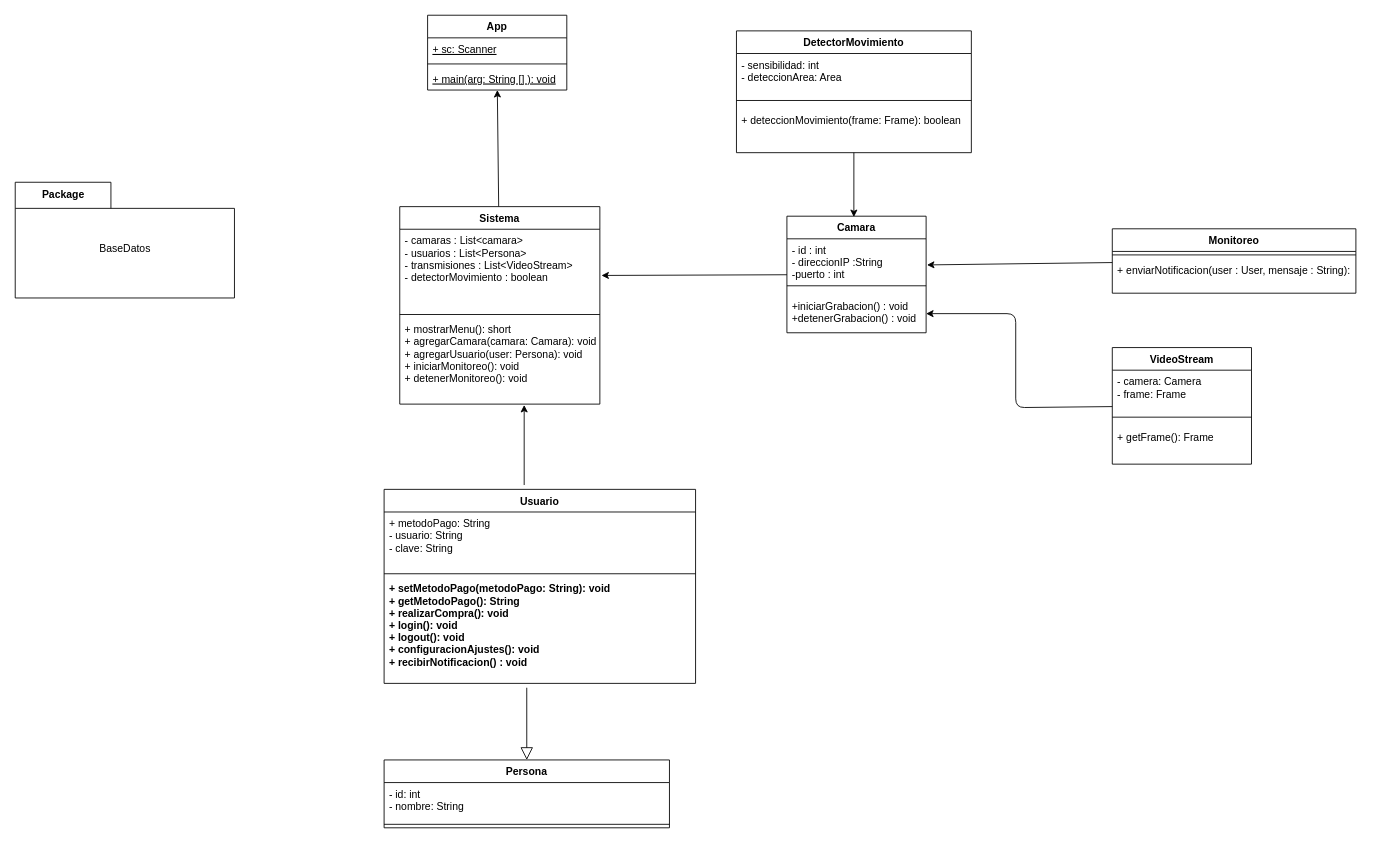
Before: design/DC.DIO in Chrissisx/prjSistemaSeguridadDomestica, a draw.io diagram. Source tidied: cells renumbered, new cells numbered last; positions are measured from the earlier drawing's top-left corner, leaving out a move shared by most shapes. Both pictures are drawn from the tidied source at 87%, with x=0, y=0 at pixel (15, 15).
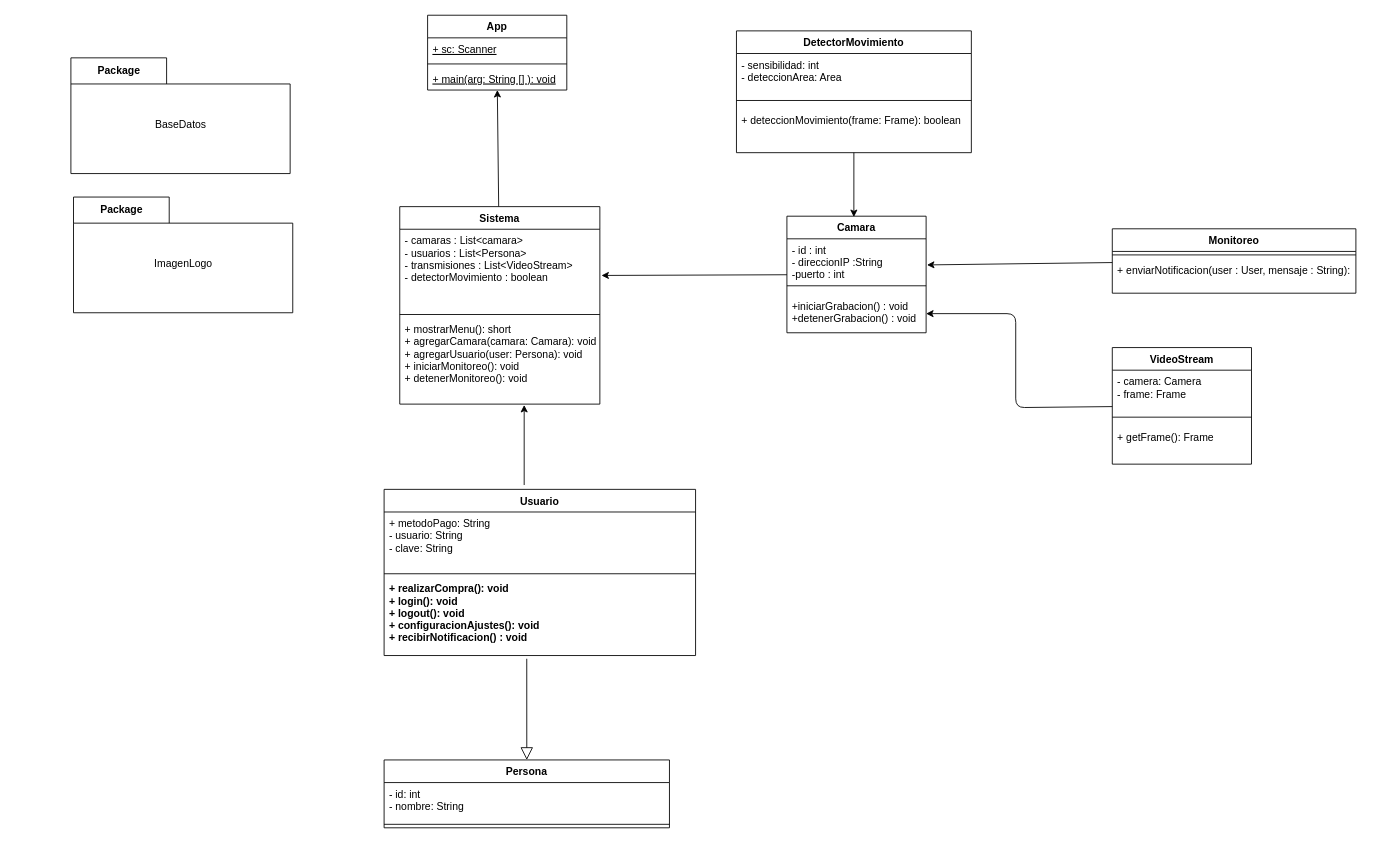
Above is the later version.

Change to the diagram source:
```diff
@@
     <mxCell id="31" value="Usuario" style="swimlane;fontStyle=1;align=center;verticalAlign=top;horizontal=1;startSize=26;" parent="1" vertex="1">
-      <mxGeometry x="424" y="545" width="358" height="223" as="geometry" />
+      <mxGeometry x="424" y="545" width="358" height="191" as="geometry" />
     </mxCell>
@@
-    <mxCell id="34" value="+ setMetodoPago(metodoPago: String): void&#10;+ getMetodoPago(): String&#10;+ realizarCompra(): void&#10;+ login(): void&#10;+ logout(): void &#10;+ configuracionAjustes(): void&#10;+ recibirNotificacion() : void &#10;&#10;&#10;&#10;" style="text;strokeColor=none;fillColor=none;align=left;verticalAlign=top;spacingLeft=4;spacingRight=4;overflow=hidden;points=[[0,0.5],[1,0.5]];portConstraint=eastwest;fontStyle=1;" parent="31" vertex="1">
-      <mxGeometry y="101" width="358" height="122" as="geometry" />
+    <mxCell id="34" value="+ realizarCompra(): void&#10;+ login(): void&#10;+ logout(): void &#10;+ configuracionAjustes(): void&#10;+ recibirNotificacion() : void &#10;&#10;&#10;&#10;" style="text;strokeColor=none;fillColor=none;align=left;verticalAlign=top;spacingLeft=4;spacingRight=4;overflow=hidden;points=[[0,0.5],[1,0.5]];portConstraint=eastwest;fontStyle=1;" parent="31" vertex="1">
+      <mxGeometry y="101" width="358" height="90" as="geometry" />
     </mxCell>
@@
     <mxCell id="39" value="Package" style="shape=folder;fontStyle=1;tabWidth=110;tabHeight=30;tabPosition=left;html=1;boundedLbl=1;labelInHeader=1;" parent="1" vertex="1">
-      <mxGeometry y="192" width="252" height="133" as="geometry" />
+      <mxGeometry x="64" y="49" width="252" height="133" as="geometry" />
     </mxCell>
@@
+    <mxCell id="41" value="Package" style="shape=folder;fontStyle=1;tabWidth=110;tabHeight=30;tabPosition=left;html=1;boundedLbl=1;labelInHeader=1;" parent="1" vertex="1">
+      <mxGeometry x="67" y="209" width="252" height="133" as="geometry" />
+    </mxCell>
+    <mxCell id="42" value="ImagenLogo" style="html=1;strokeColor=none;fillColor=none;" parent="41" vertex="1">
+      <mxGeometry width="252" height="93.1" relative="1" as="geometry">
+        <mxPoint y="30" as="offset" />
+      </mxGeometry>
+    </mxCell>
```
